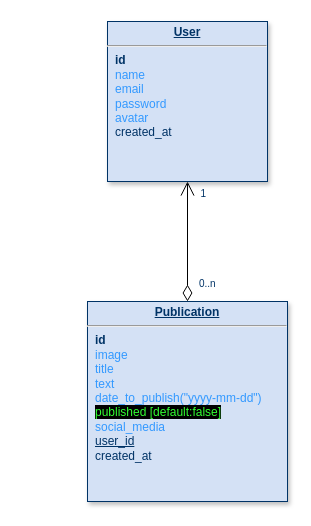
Before: diagram.drawio in yujiKKuroda/social_postify, a draw.io diagram. Source tidied: cells renumbered, new cells numbered last; positions are measured from the earlier drawing's top-left corner, leaving out a move shared by most shapes. Both pictures are drawn from the tidied source at 100%, with x=0, y=0 at pixel (87, 21).
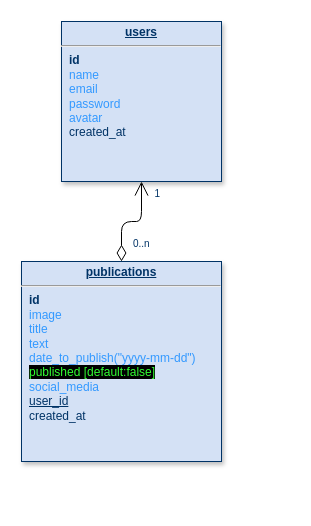
Above is the later version.

The edit, as a diff of the source:
```diff
@@
 <mxGraphModel>
   <root>
     <mxCell id="0" />
     <mxCell id="1" parent="0" />
-    <mxCell id="2" value="&lt;p style=&quot;margin: 0px; margin-top: 4px; text-align: center; text-decoration: underline;&quot;&gt;&lt;strong&gt;Publication&lt;/strong&gt;&lt;/p&gt;&lt;hr&gt;&lt;p style=&quot;margin: 0px; margin-left: 8px;&quot;&gt;&lt;b&gt;id&lt;/b&gt;&lt;/p&gt;&lt;p style=&quot;margin: 0px; margin-left: 8px;&quot;&gt;&lt;font color=&quot;#3399ff&quot;&gt;image&lt;/font&gt;&lt;/p&gt;&lt;p style=&quot;margin: 0px; margin-left: 8px;&quot;&gt;&lt;font color=&quot;#3399ff&quot;&gt;title&lt;/font&gt;&lt;/p&gt;&lt;p style=&quot;margin: 0px; margin-left: 8px;&quot;&gt;&lt;font color=&quot;#3399ff&quot;&gt;text&lt;/font&gt;&lt;/p&gt;&lt;p style=&quot;margin: 0px; margin-left: 8px;&quot;&gt;&lt;font color=&quot;#3399ff&quot;&gt;date_to_publish(&quot;yyyy-mm-dd&quot;)&lt;/font&gt;&lt;/p&gt;&lt;p style=&quot;margin: 0px; margin-left: 8px;&quot;&gt;&lt;font style=&quot;background-color: rgb(0, 0, 0);&quot; color=&quot;#33ff33&quot;&gt;published [default:false]&lt;/font&gt;&lt;/p&gt;&lt;p style=&quot;margin: 0px; margin-left: 8px;&quot;&gt;&lt;font color=&quot;#3399ff&quot;&gt;social_media&lt;/font&gt;&lt;/p&gt;&lt;p style=&quot;margin: 0px; margin-left: 8px;&quot;&gt;&lt;u&gt;user_id&lt;/u&gt;&lt;/p&gt;&lt;p style=&quot;margin: 0px; margin-left: 8px;&quot;&gt;created_at&lt;/p&gt;" style="verticalAlign=top;align=left;overflow=fill;fontSize=12;fontFamily=Helvetica;html=1;strokeColor=#003366;shadow=1;fillColor=#D4E1F5;fontColor=#003366;" parent="1" vertex="1">
-      <mxGeometry y="280" width="200" height="200" as="geometry" />
+    <mxCell id="2" value="&lt;p style=&quot;margin: 0px; margin-top: 4px; text-align: center; text-decoration: underline;&quot;&gt;&lt;strong&gt;publications&lt;/strong&gt;&lt;/p&gt;&lt;hr&gt;&lt;p style=&quot;margin: 0px; margin-left: 8px;&quot;&gt;&lt;b&gt;id&lt;/b&gt;&lt;/p&gt;&lt;p style=&quot;margin: 0px; margin-left: 8px;&quot;&gt;&lt;font color=&quot;#3399ff&quot;&gt;image&lt;/font&gt;&lt;/p&gt;&lt;p style=&quot;margin: 0px; margin-left: 8px;&quot;&gt;&lt;font color=&quot;#3399ff&quot;&gt;title&lt;/font&gt;&lt;/p&gt;&lt;p style=&quot;margin: 0px; margin-left: 8px;&quot;&gt;&lt;font color=&quot;#3399ff&quot;&gt;text&lt;/font&gt;&lt;/p&gt;&lt;p style=&quot;margin: 0px; margin-left: 8px;&quot;&gt;&lt;font color=&quot;#3399ff&quot;&gt;date_to_publish(&quot;yyyy-mm-dd&quot;)&lt;/font&gt;&lt;/p&gt;&lt;p style=&quot;margin: 0px; margin-left: 8px;&quot;&gt;&lt;font style=&quot;background-color: rgb(0, 0, 0);&quot; color=&quot;#33ff33&quot;&gt;published [default:false]&lt;/font&gt;&lt;/p&gt;&lt;p style=&quot;margin: 0px; margin-left: 8px;&quot;&gt;&lt;font color=&quot;#3399ff&quot;&gt;social_media&lt;/font&gt;&lt;/p&gt;&lt;p style=&quot;margin: 0px; margin-left: 8px;&quot;&gt;&lt;u&gt;user_id&lt;/u&gt;&lt;/p&gt;&lt;p style=&quot;margin: 0px; margin-left: 8px;&quot;&gt;created_at&lt;/p&gt;" style="verticalAlign=top;align=left;overflow=fill;fontSize=12;fontFamily=Helvetica;html=1;strokeColor=#003366;shadow=1;fillColor=#D4E1F5;fontColor=#003366;" parent="1" vertex="1">
+      <mxGeometry x="-66" y="240" width="200" height="200" as="geometry" />
     </mxCell>
-    <mxCell id="3" value="&lt;p style=&quot;margin: 0px; margin-top: 4px; text-align: center; text-decoration: underline;&quot;&gt;&lt;strong&gt;User&lt;/strong&gt;&lt;/p&gt;&lt;hr&gt;&lt;p style=&quot;margin: 0px; margin-left: 8px;&quot;&gt;&lt;b&gt;id&lt;/b&gt;&lt;/p&gt;&lt;p style=&quot;margin: 0px; margin-left: 8px;&quot;&gt;&lt;font color=&quot;#3399ff&quot;&gt;name&lt;/font&gt;&lt;/p&gt;&lt;p style=&quot;margin: 0px; margin-left: 8px;&quot;&gt;&lt;font color=&quot;#3399ff&quot;&gt;email&lt;/font&gt;&lt;/p&gt;&lt;p style=&quot;margin: 0px; margin-left: 8px;&quot;&gt;&lt;font color=&quot;#3399ff&quot;&gt;password&lt;/font&gt;&lt;/p&gt;&lt;p style=&quot;margin: 0px; margin-left: 8px;&quot;&gt;&lt;font color=&quot;#3399ff&quot;&gt;avatar&lt;/font&gt;&lt;/p&gt;&lt;p style=&quot;margin: 0px; margin-left: 8px;&quot;&gt;created_at&lt;/p&gt;" style="verticalAlign=top;align=left;overflow=fill;fontSize=12;fontFamily=Helvetica;html=1;strokeColor=#003366;shadow=1;fillColor=#D4E1F5;fontColor=#003366;" parent="1" vertex="1">
-      <mxGeometry x="20" width="160" height="160" as="geometry" />
+    <mxCell id="3" value="&lt;p style=&quot;margin: 0px; margin-top: 4px; text-align: center; text-decoration: underline;&quot;&gt;&lt;strong&gt;users&lt;/strong&gt;&lt;/p&gt;&lt;hr&gt;&lt;p style=&quot;margin: 0px; margin-left: 8px;&quot;&gt;&lt;b&gt;id&lt;/b&gt;&lt;/p&gt;&lt;p style=&quot;margin: 0px; margin-left: 8px;&quot;&gt;&lt;font color=&quot;#3399ff&quot;&gt;name&lt;/font&gt;&lt;/p&gt;&lt;p style=&quot;margin: 0px; margin-left: 8px;&quot;&gt;&lt;font color=&quot;#3399ff&quot;&gt;email&lt;/font&gt;&lt;/p&gt;&lt;p style=&quot;margin: 0px; margin-left: 8px;&quot;&gt;&lt;font color=&quot;#3399ff&quot;&gt;password&lt;/font&gt;&lt;/p&gt;&lt;p style=&quot;margin: 0px; margin-left: 8px;&quot;&gt;&lt;font color=&quot;#3399ff&quot;&gt;avatar&lt;/font&gt;&lt;/p&gt;&lt;p style=&quot;margin: 0px; margin-left: 8px;&quot;&gt;created_at&lt;/p&gt;" style="verticalAlign=top;align=left;overflow=fill;fontSize=12;fontFamily=Helvetica;html=1;strokeColor=#003366;shadow=1;fillColor=#D4E1F5;fontColor=#003366;" parent="1" vertex="1">
+      <mxGeometry x="-26" width="160" height="160" as="geometry" />
     </mxCell>
     <mxCell id="4" style="endArrow=open;endSize=12;startArrow=diamondThin;startSize=14;startFill=0;edgeStyle=orthogonalEdgeStyle;entryX=0.5;entryY=1;entryDx=0;entryDy=0;exitX=0.5;exitY=0;exitDx=0;exitDy=0;" parent="1" edge="1" source="2" target="3">
-      <mxGeometry x="686" y="358.4" as="geometry" />
+      <mxGeometry x="646" y="358.4" as="geometry" />
     </mxCell>
     <mxCell id="5" value="0..n" style="align=left;verticalAlign=top;labelBackgroundColor=#ffffff;fontSize=10;strokeColor=#003366;shadow=1;fillColor=#D4E1F5;fontColor=#003366;" parent="4" vertex="1">
       <mxGeometry x="-1" relative="1" as="geometry">
         <mxPoint x="10" y="-30" as="offset" />
       </mxGeometry>
     </mxCell>
     <mxCell id="6" value="1" style="align=right;verticalAlign=top;labelBackgroundColor=#ffffff;fontSize=10;strokeColor=#003366;shadow=1;fillColor=#D4E1F5;fontColor=#003366;" parent="4" vertex="1">
       <mxGeometry x="1" relative="1" as="geometry">
         <mxPoint x="20" as="offset" />
       </mxGeometry>
     </mxCell>
   </root>
 </mxGraphModel>
```
